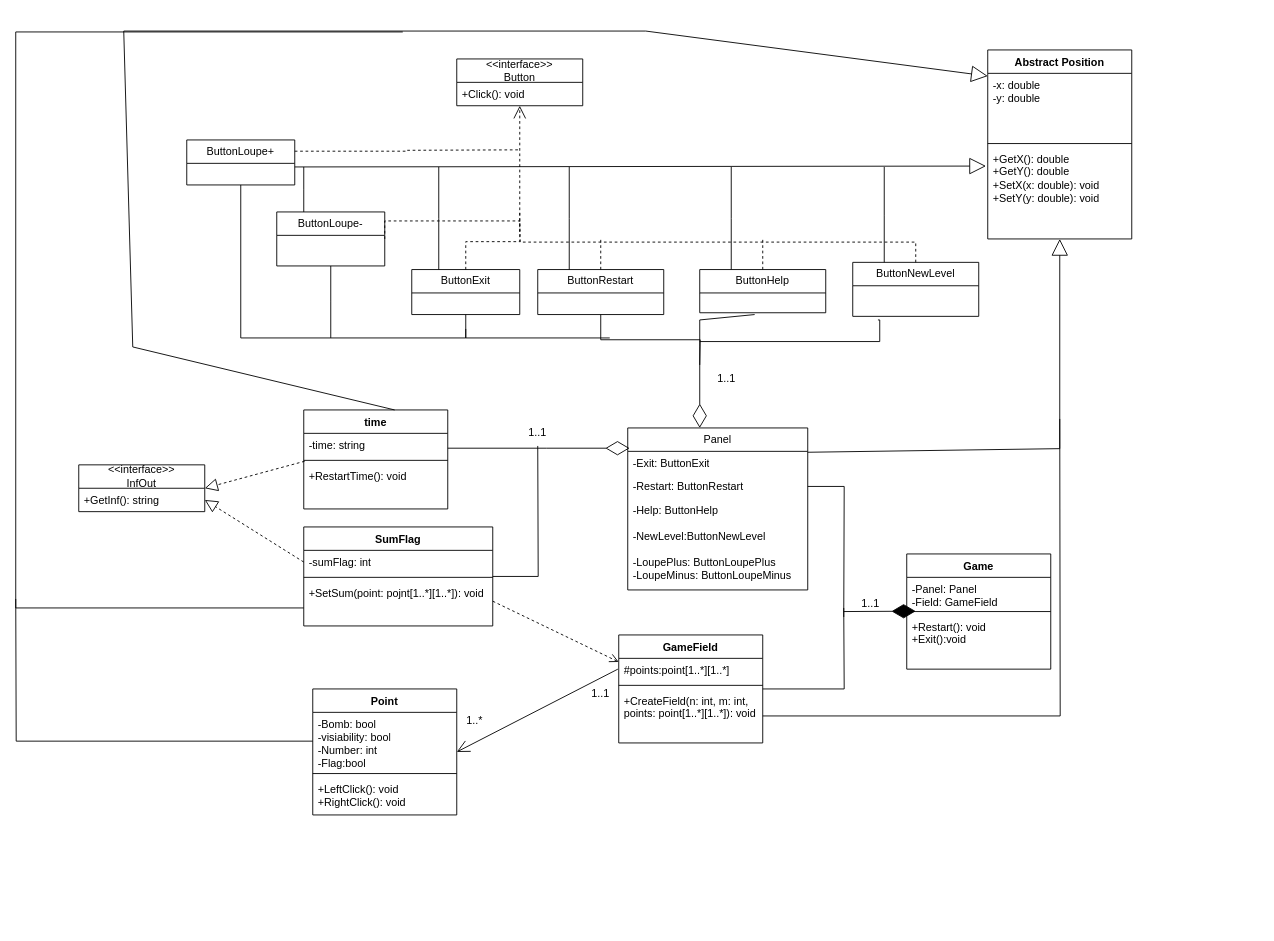
Earlier version of the draw.io diagram task2/4/minesweeper.drawio (Ivan-Oskin/SenlaHomeWorks). Source tidied: cells renumbered, new cells numbered last; positions are measured from the earlier drawing's top-left corner, leaving out a move shared by most shapes. Both pictures are drawn from the tidied source at 90%, with x=0, y=0 at pixel (15, 31).
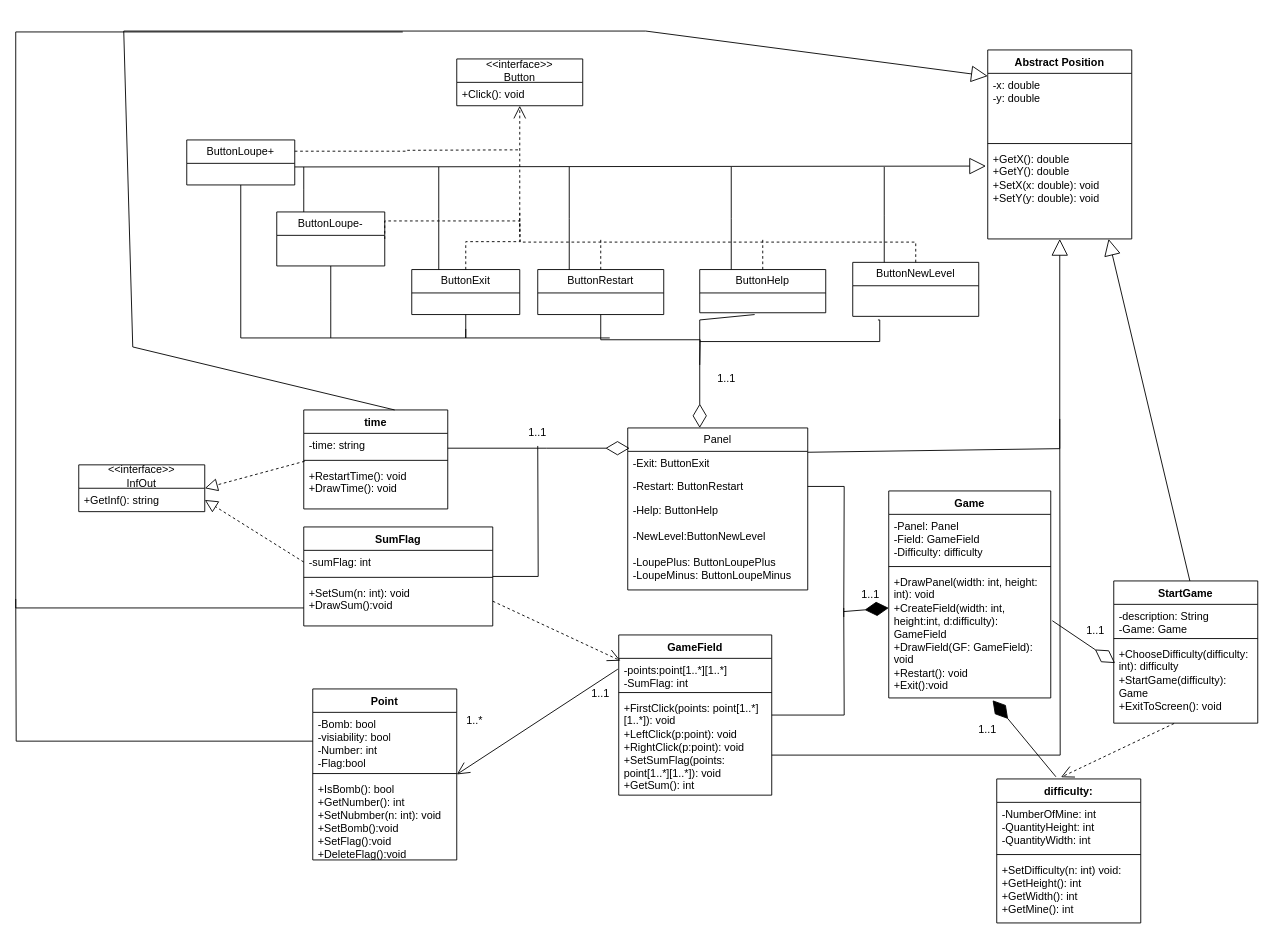
After the change.

Unchanged cells that the change refers to:
```xml
<mxCell id="5" value="&lt;div&gt;+GetX(): double&lt;/div&gt;&lt;div&gt;+GetY(): double&lt;/div&gt;&lt;div&gt;+SetX(x: double): void&lt;/div&gt;&lt;div&gt;+SetY(y: double): void&lt;/div&gt;&lt;div&gt;&lt;br&gt;&lt;/div&gt;&lt;div&gt;&lt;br&gt;&lt;/div&gt;" style="text;strokeColor=none;fillColor=none;align=left;verticalAlign=top;spacingLeft=4;spacingRight=4;overflow=hidden;points=[[0,0.5],[1,0.5]];portConstraint=eastwest;whiteSpace=wrap;html=1;" parent="2" vertex="1">
  <mxGeometry y="108" width="160" height="102" as="geometry" />
</mxCell>
<mxCell id="21" value="time" style="swimlane;fontStyle=1;align=center;verticalAlign=top;horizontal=1;startSize=26;whiteSpace=wrap;html=1;" parent="1" vertex="1">
  <mxGeometry x="320" y="421" width="160" height="110" as="geometry" />
</mxCell>
<mxCell id="26" value="SumFlag" style="swimlane;fontStyle=1;align=center;verticalAlign=top;horizontal=1;startSize=26;whiteSpace=wrap;html=1;" parent="1" vertex="1">
  <mxGeometry x="320" y="551" width="210" height="110" as="geometry" />
</mxCell>
```

Diff of the diagram source:
```diff
@@
-    <mxCell id="24" value="&lt;div&gt;+RestartTime(): void&lt;/div&gt;" style="text;strokeColor=none;fillColor=none;align=left;verticalAlign=top;spacingLeft=4;spacingRight=4;overflow=hidden;points=[[0,0.5],[1,0.5]];portConstraint=eastwest;whiteSpace=wrap;html=1;" parent="21" vertex="1">
+    <mxCell id="24" value="&lt;div&gt;+RestartTime(): void&lt;/div&gt;&lt;div&gt;+DrawTime(): void&lt;/div&gt;" style="text;strokeColor=none;fillColor=none;align=left;verticalAlign=top;spacingLeft=4;spacingRight=4;overflow=hidden;points=[[0,0.5],[1,0.5]];portConstraint=eastwest;whiteSpace=wrap;html=1;" parent="21" vertex="1">
       <mxGeometry y="60" width="160" height="50" as="geometry" />
     </mxCell>
@@
-    <mxCell id="29" value="+SetSum(point: pojnt[1..*][1..*]): void&lt;div&gt;&lt;br&gt;&lt;/div&gt;" style="text;strokeColor=none;fillColor=none;align=left;verticalAlign=top;spacingLeft=4;spacingRight=4;overflow=hidden;whiteSpace=wrap;html=1;" parent="26" vertex="1">
+    <mxCell id="29" value="&lt;div&gt;+SetSum(n: int): void&lt;/div&gt;&lt;div&gt;+DrawSum():void&lt;/div&gt;&lt;div&gt;&lt;br&gt;&lt;/div&gt;" style="text;strokeColor=none;fillColor=none;align=left;verticalAlign=top;spacingLeft=4;spacingRight=4;overflow=hidden;whiteSpace=wrap;html=1;" parent="26" vertex="1">
       <mxGeometry y="60" width="210" height="50" as="geometry" />
     </mxCell>
@@
     <mxCell id="41" value="Point" style="swimlane;fontStyle=1;align=center;verticalAlign=top;horizontal=1;startSize=26;whiteSpace=wrap;html=1;" parent="1" vertex="1">
-      <mxGeometry x="330" y="731" width="160" height="140" as="geometry" />
+      <mxGeometry x="330" y="731" width="160" height="190" as="geometry" />
     </mxCell>
@@
-    <mxCell id="45" value="+LeftClick(): void&lt;br&gt;+RightClick(): void&lt;div&gt;&lt;br/&gt;&lt;/div&gt;" style="text;strokeColor=none;fillColor=none;align=left;verticalAlign=top;spacingLeft=4;spacingRight=4;overflow=hidden;whiteSpace=wrap;html=1;" parent="41" vertex="1">
-      <mxGeometry y="98" width="160" height="42" as="geometry" />
+    <mxCell id="45" value="&lt;div&gt;+IsBomb(): bool&lt;/div&gt;&lt;div&gt;+GetNumber(): int&lt;/div&gt;&lt;div&gt;+SetNubmber(n: int): void&lt;br&gt;+SetBomb():void&lt;/div&gt;&lt;div&gt;+SetFlag():void&lt;/div&gt;&lt;div&gt;+DeleteFlag():void&lt;/div&gt;" style="text;strokeColor=none;fillColor=none;align=left;verticalAlign=top;spacingLeft=4;spacingRight=4;overflow=hidden;whiteSpace=wrap;html=1;" parent="41" vertex="1">
+      <mxGeometry y="98" width="160" height="92" as="geometry" />
     </mxCell>
@@
     <mxCell id="49" value="GameField" style="swimlane;fontStyle=1;align=center;verticalAlign=top;horizontal=1;startSize=26;whiteSpace=wrap;html=1;" parent="1" vertex="1">
-      <mxGeometry x="670" y="671" width="160" height="120" as="geometry" />
+      <mxGeometry x="670" y="671" width="170" height="178" as="geometry" />
     </mxCell>
-    <mxCell id="50" value="#points:point[1..*][1..*]" style="text;strokeColor=none;fillColor=none;align=left;verticalAlign=top;spacingLeft=4;spacingRight=4;overflow=hidden;points=[[0,0.5],[1,0.5]];portConstraint=eastwest;whiteSpace=wrap;html=1;" parent="49" vertex="1">
-      <mxGeometry y="26" width="160" height="26" as="geometry" />
+    <mxCell id="50" value="&lt;div&gt;-points:point[1..*][1..*]&lt;/div&gt;&lt;div&gt;-SumFlag: int&lt;/div&gt;" style="text;strokeColor=none;fillColor=none;align=left;verticalAlign=top;spacingLeft=4;spacingRight=4;overflow=hidden;points=[[0,0.5],[1,0.5]];portConstraint=eastwest;whiteSpace=wrap;html=1;" parent="49" vertex="1">
+      <mxGeometry y="26" width="170" height="34" as="geometry" />
     </mxCell>
     <mxCell id="51" style="line;strokeWidth=1;fillColor=none;align=left;verticalAlign=middle;spacingTop=-1;spacingLeft=3;spacingRight=3;labelPosition=right;strokeColor=inherit;" parent="49" vertex="1">
-      <mxGeometry y="52" width="160" height="8" as="geometry" />
+      <mxGeometry y="60" width="170" height="8" as="geometry" />
     </mxCell>
-    <mxCell id="52" value="+CreateField(n: int, m: int, points: point[1..*][1..*]): void" style="text;strokeColor=none;fillColor=none;align=left;verticalAlign=top;spacingLeft=4;spacingRight=4;overflow=hidden;whiteSpace=wrap;html=1;" parent="49" vertex="1">
-      <mxGeometry y="60" width="160" height="60" as="geometry" />
+    <mxCell id="52" value="&lt;div&gt;+FirstClick(points: point[1..*][1..*]): void&lt;/div&gt;&lt;div&gt;+LeftClick(p:point): void&lt;br&gt;&lt;div&gt;+RightClick(p:point): void&lt;/div&gt;&lt;/div&gt;&lt;div&gt;+SetSumFlag(points: point[1..*][1..*]): void&lt;/div&gt;&lt;div&gt;+GetSum(): int&lt;br&gt;&lt;br&gt;&lt;/div&gt;" style="text;strokeColor=none;fillColor=none;align=left;verticalAlign=top;spacingLeft=4;spacingRight=4;overflow=hidden;whiteSpace=wrap;html=1;" parent="49" vertex="1">
+      <mxGeometry y="68" width="170" height="110" as="geometry" />
     </mxCell>
     <mxCell id="53" value="Game" style="swimlane;fontStyle=1;align=center;verticalAlign=top;horizontal=1;startSize=26;whiteSpace=wrap;html=1;" parent="1" vertex="1">
-      <mxGeometry x="990" y="581" width="160" height="128" as="geometry" />
+      <mxGeometry x="970" y="511" width="180" height="230" as="geometry" />
     </mxCell>
-    <mxCell id="54" value="&lt;div&gt;-Panel: Panel&lt;/div&gt;&lt;div&gt;-Field: GameField&lt;/div&gt;" style="text;strokeColor=none;fillColor=none;align=left;verticalAlign=top;spacingLeft=4;spacingRight=4;overflow=hidden;whiteSpace=wrap;html=1;" parent="53" vertex="1">
-      <mxGeometry y="26" width="160" height="34" as="geometry" />
+    <mxCell id="54" value="&lt;div&gt;-Panel: Panel&lt;/div&gt;&lt;div&gt;-Field: GameField&lt;/div&gt;&lt;div&gt;-Difficulty: difficulty&lt;/div&gt;" style="text;strokeColor=none;fillColor=none;align=left;verticalAlign=top;spacingLeft=4;spacingRight=4;overflow=hidden;whiteSpace=wrap;html=1;" parent="53" vertex="1">
+      <mxGeometry y="26" width="180" height="54" as="geometry" />
     </mxCell>
     <mxCell id="55" style="line;strokeWidth=1;fillColor=none;align=left;verticalAlign=middle;spacingTop=-1;spacingLeft=3;spacingRight=3;labelPosition=right;strokeColor=inherit;" parent="53" vertex="1">
-      <mxGeometry y="60" width="160" height="8" as="geometry" />
+      <mxGeometry y="80" width="180" height="8" as="geometry" />
     </mxCell>
-    <mxCell id="56" value="&lt;div&gt;&lt;div&gt;+Restart(): void&lt;br&gt;+Exit():void&lt;/div&gt;&lt;/div&gt;" style="text;strokeColor=none;fillColor=none;align=left;verticalAlign=top;spacingLeft=4;spacingRight=4;overflow=hidden;points=[[0,0.5],[1,0.5]];portConstraint=eastwest;whiteSpace=wrap;html=1;" parent="53" vertex="1">
-      <mxGeometry y="68" width="160" height="60" as="geometry" />
+    <mxCell id="56" value="&lt;div&gt;&lt;div&gt;+DrawPanel(width: int, height: int): void&lt;/div&gt;&lt;div&gt;+CreateField(width: int, height:int, d:difficulty): GameField&lt;/div&gt;&lt;div&gt;+DrawField(GF: GameField): void&lt;/div&gt;&lt;div&gt;+Restart(): void&lt;br&gt;+Exit():void&lt;/div&gt;&lt;/div&gt;" style="text;strokeColor=none;fillColor=none;align=left;verticalAlign=top;spacingLeft=4;spacingRight=4;overflow=hidden;points=[[0,0.5],[1,0.5]];portConstraint=eastwest;whiteSpace=wrap;html=1;" parent="53" vertex="1">
+      <mxGeometry y="88" width="180" height="142" as="geometry" />
     </mxCell>
-    <mxCell id="57" style="html=1;verticalAlign=bottom;endArrow=open;dashed=1;endSize=8;curved=0;rounded=0;entryX=0;entryY=0.25;entryDx=0;entryDy=0;exitX=1;exitY=0.75;exitDx=0;exitDy=0;" parent="1" edge="1" source="26" target="49">
-      <mxGeometry relative="1" as="geometry" />
-    </mxCell>
     <mxCell id="58" style="endArrow=diamondThin;endFill=1;endSize=24;html=1;rounded=0;" parent="1" edge="1">
       <mxGeometry relative="1" as="geometry">
         <mxPoint x="920" y="645" as="sourcePoint" />
-        <mxPoint x="1000" y="644.6" as="targetPoint" />
+        <mxPoint x="970" y="641" as="targetPoint" />
       </mxGeometry>
     </mxCell>
@@
     <mxCell id="75" value="&lt;div&gt;1..1&lt;/div&gt;" style="text;html=1;whiteSpace=wrap;strokeColor=none;fillColor=none;align=center;verticalAlign=middle;rounded=0;" parent="1" vertex="1">
-      <mxGeometry x="920" y="621" width="60" height="30" as="geometry" />
+      <mxGeometry x="920" y="611" width="60" height="30" as="geometry" />
     </mxCell>
@@
+    <mxCell id="78" value="difficulty:" style="swimlane;fontStyle=1;align=center;verticalAlign=top;horizontal=1;startSize=26;whiteSpace=wrap;html=1;" parent="1" vertex="1">
+      <mxGeometry x="1090" y="831" width="160" height="160" as="geometry" />
+    </mxCell>
+    <mxCell id="79" value="&lt;div&gt;-NumberOfMine: int&lt;/div&gt;&lt;div&gt;-QuantityHeight: int&lt;/div&gt;&lt;div&gt;-QuantityWidth: int&lt;/div&gt;" style="text;strokeColor=none;fillColor=none;align=left;verticalAlign=top;spacingLeft=4;spacingRight=4;overflow=hidden;whiteSpace=wrap;html=1;" parent="78" vertex="1">
+      <mxGeometry y="26" width="160" height="54" as="geometry" />
+    </mxCell>
+    <mxCell id="80" style="line;strokeWidth=1;fillColor=none;align=left;verticalAlign=middle;spacingTop=-1;spacingLeft=3;spacingRight=3;labelPosition=right;strokeColor=inherit;" parent="78" vertex="1">
+      <mxGeometry y="80" width="160" height="8" as="geometry" />
+    </mxCell>
+    <mxCell id="81" value="&lt;div&gt;+SetDifficulty(n: int) void:&lt;br&gt;+GetHeight(): int&lt;/div&gt;&lt;div&gt;+GetWidth(): int&lt;/div&gt;&lt;div&gt;+GetMine(): int&lt;/div&gt;" style="text;strokeColor=none;fillColor=none;align=left;verticalAlign=top;spacingLeft=4;spacingRight=4;overflow=hidden;whiteSpace=wrap;html=1;" parent="78" vertex="1">
+      <mxGeometry y="88" width="160" height="72" as="geometry" />
+    </mxCell>
+    <mxCell id="82" style="endArrow=block;endSize=16;endFill=0;html=1;rounded=0;entryX=0.839;entryY=1;entryDx=0;entryDy=0;entryPerimeter=0;exitX=0.624;exitY=-0.03;exitDx=0;exitDy=0;exitPerimeter=0;" parent="1" edge="1" target="5">
+      <mxGeometry relative="1" as="geometry">
+        <mxPoint x="1306.1" y="617.4" as="sourcePoint" />
+      </mxGeometry>
+    </mxCell>
+    <mxCell id="83" value="StartGame" style="swimlane;fontStyle=1;align=center;verticalAlign=top;horizontal=1;startSize=26;whiteSpace=wrap;html=1;" parent="1" vertex="1">
+      <mxGeometry x="1220" y="611" width="160" height="158" as="geometry" />
+    </mxCell>
+    <mxCell id="84" value="&lt;div&gt;-&lt;span lang=&quot;en&quot; class=&quot;HwtZe&quot;&gt;&lt;span class=&quot;jCAhz ChMk0b&quot;&gt;&lt;span class=&quot;ryNqvb&quot;&gt;description: String&lt;/span&gt;&lt;/span&gt;&lt;/span&gt;&lt;/div&gt;&lt;div&gt;&lt;span lang=&quot;en&quot; class=&quot;HwtZe&quot;&gt;&lt;span class=&quot;jCAhz ChMk0b&quot;&gt;&lt;span class=&quot;ryNqvb&quot;&gt;-Game: Game&lt;/span&gt;&lt;/span&gt;&lt;/span&gt;&lt;/div&gt;" style="text;strokeColor=none;fillColor=none;align=left;verticalAlign=top;spacingLeft=4;spacingRight=4;overflow=hidden;whiteSpace=wrap;html=1;" parent="83" vertex="1">
+      <mxGeometry y="26" width="160" height="34" as="geometry" />
+    </mxCell>
+    <mxCell id="85" style="line;strokeWidth=1;fillColor=none;align=left;verticalAlign=middle;spacingTop=-1;spacingLeft=3;spacingRight=3;labelPosition=right;strokeColor=inherit;" parent="83" vertex="1">
+      <mxGeometry y="60" width="160" height="8" as="geometry" />
+    </mxCell>
+    <mxCell id="86" value="&lt;div&gt;+ChooseDifficulty(difficulty: int): difficulty&lt;/div&gt;&lt;div&gt;+StartGame(difficulty): Game&lt;/div&gt;&lt;div&gt;+ExitToScreen(): void&lt;/div&gt;&lt;div&gt;&lt;br&gt;&lt;br&gt;&lt;/div&gt;" style="text;strokeColor=none;fillColor=none;align=left;verticalAlign=top;spacingLeft=4;spacingRight=4;overflow=hidden;points=[[0,0.5],[1,0.5]];portConstraint=eastwest;whiteSpace=wrap;html=1;" parent="83" vertex="1">
+      <mxGeometry y="68" width="160" height="90" as="geometry" />
+    </mxCell>
+    <mxCell id="87" style="endArrow=open;endSize=12;dashed=1;html=1;rounded=0;entryX=0.446;entryY=-0.012;entryDx=0;entryDy=0;entryPerimeter=0;exitX=0.419;exitY=1.004;exitDx=0;exitDy=0;exitPerimeter=0;" parent="1" edge="1" source="86" target="78">
+      <mxGeometry relative="1" as="geometry" />
+    </mxCell>
+    <mxCell id="88" style="endArrow=diamondThin;endFill=1;endSize=24;html=1;rounded=0;entryX=0.641;entryY=1.018;entryDx=0;entryDy=0;entryPerimeter=0;exitX=0.411;exitY=-0.015;exitDx=0;exitDy=0;exitPerimeter=0;" parent="1" edge="1" source="78" target="56">
+      <mxGeometry relative="1" as="geometry" />
+    </mxCell>
+    <mxCell id="89" value="1..1" style="text;html=1;whiteSpace=wrap;strokeColor=none;fillColor=none;align=center;verticalAlign=middle;rounded=0;" parent="1" vertex="1">
+      <mxGeometry x="1050" y="761" width="60" height="30" as="geometry" />
+    </mxCell>
+    <mxCell id="90" style="endArrow=diamondThin;endFill=0;endSize=24;html=1;rounded=0;entryX=0.009;entryY=0.258;entryDx=0;entryDy=0;entryPerimeter=0;exitX=1.01;exitY=0.396;exitDx=0;exitDy=0;exitPerimeter=0;" parent="1" edge="1" source="56" target="86">
+      <mxGeometry relative="1" as="geometry" />
+    </mxCell>
+    <mxCell id="91" style="endArrow=open;endSize=12;dashed=1;html=1;rounded=0;exitX=1;exitY=0.75;exitDx=0;exitDy=0;entryX=0.011;entryY=0.077;entryDx=0;entryDy=0;entryPerimeter=0;" parent="1" edge="1" source="26" target="50">
+      <mxGeometry relative="1" as="geometry" />
+    </mxCell>
+    <mxCell id="92" value="1..1" style="text;html=1;whiteSpace=wrap;strokeColor=none;fillColor=none;align=center;verticalAlign=middle;rounded=0;" parent="1" vertex="1">
+      <mxGeometry x="1170" y="651" width="60" height="30" as="geometry" />
+    </mxCell>
```
